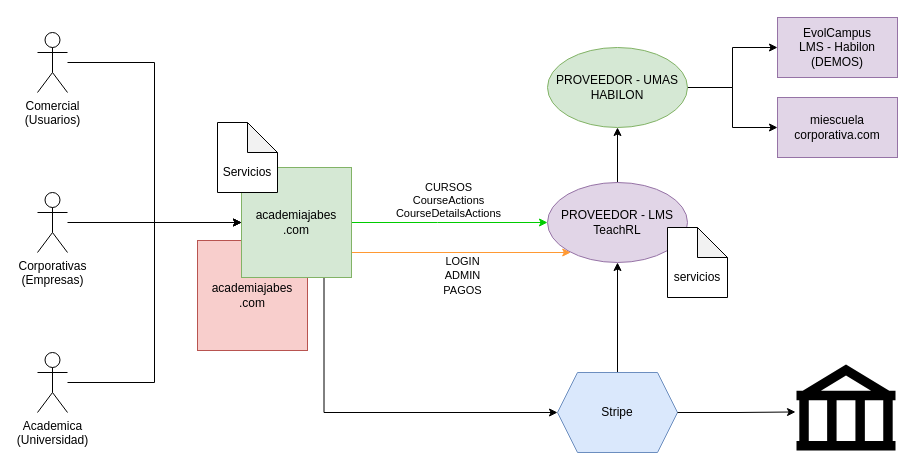
Before: page "TOBE" (2 of 2) of JABES.drawio in samuel363/drawio, a draw.io diagram. Source tidied: cells renumbered, new cells numbered last; positions are measured from the earlier drawing's top-left corner, leaving out a move shared by most shapes. Both pictures are drawn from the tidied source at 100%, with x=0, y=0 at pixel (37, 17).
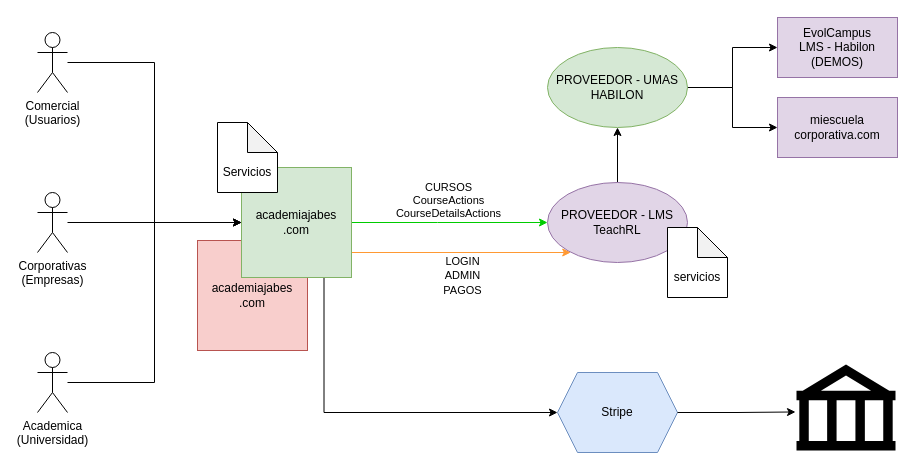
The same diagram, later.

Unchanged cells that the change refers to:
```xml
<mxCell id="11" value="PROVEEDOR -&amp;nbsp;LMS&lt;br&gt;TeachRL" style="ellipse;whiteSpace=wrap;html=1;fillColor=#e1d5e7;strokeColor=#9673a6;" parent="1" vertex="1">
  <mxGeometry x="510" y="165" width="140" height="80" as="geometry" />
</mxCell>
<mxCell id="25" value="Stripe" style="shape=hexagon;perimeter=hexagonPerimeter2;whiteSpace=wrap;html=1;fixedSize=1;fillColor=#dae8fc;strokeColor=#6c8ebf;" parent="1" vertex="1">
  <mxGeometry x="520" y="355" width="120" height="80" as="geometry" />
</mxCell>
```

What changed in the source:
```diff
@@
-    <mxCell id="24" style="edgeStyle=orthogonalEdgeStyle;rounded=0;jettySize=auto;html=1;" parent="1" edge="1" source="25" target="11">
-      <mxGeometry relative="1" as="geometry" />
-    </mxCell>
```
